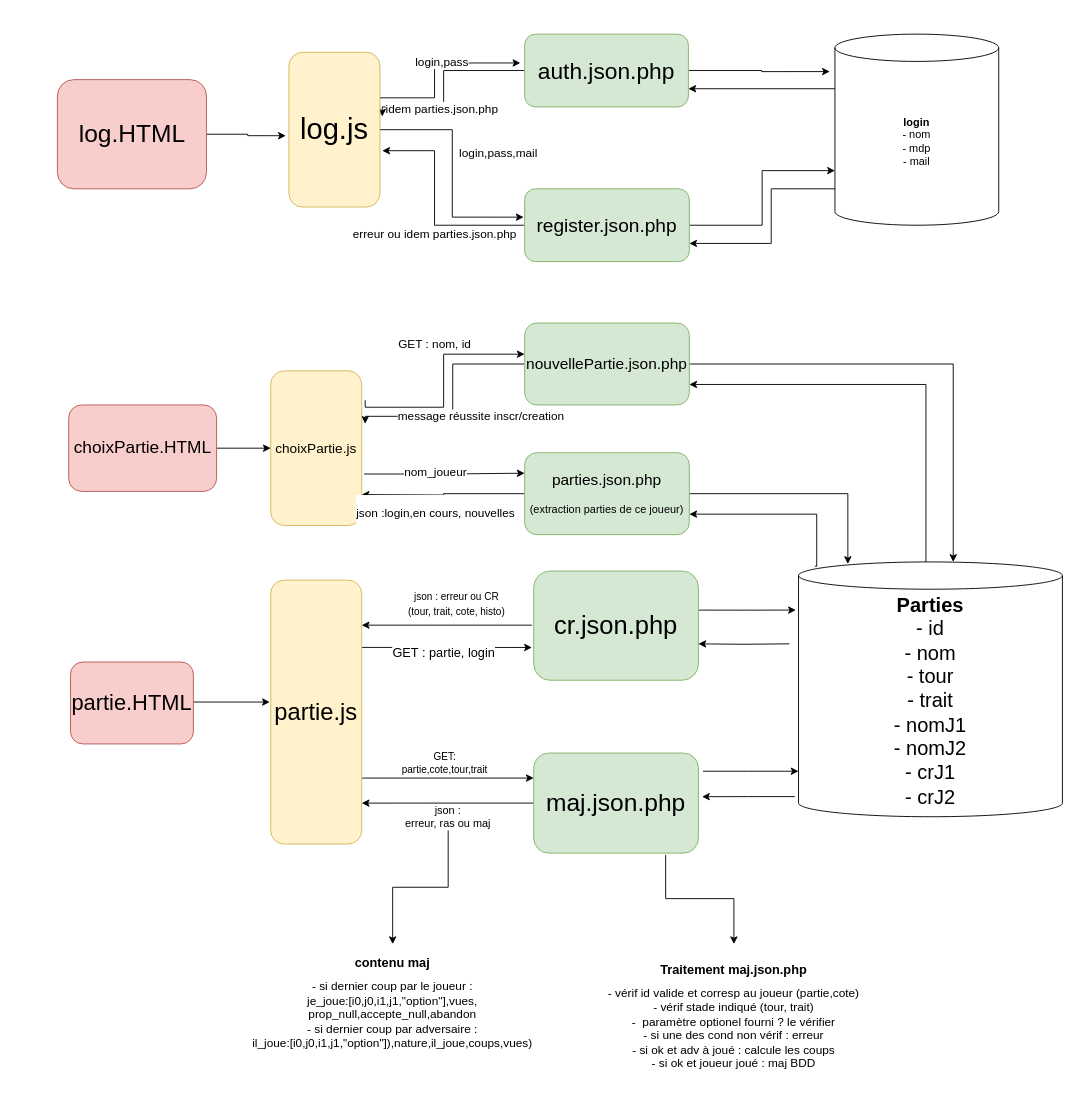
This is Untitled Diagram.drawio from Maximory77/projet-web-mapping-echecs, a draw.io file, before an edit. Source tidied: cells renumbered, new cells numbered last; positions are measured from the earlier drawing's top-left corner, leaving out a move shared by most shapes. Both pictures are drawn from the tidied source at 91%, with x=0, y=0 at pixel (57, 34).
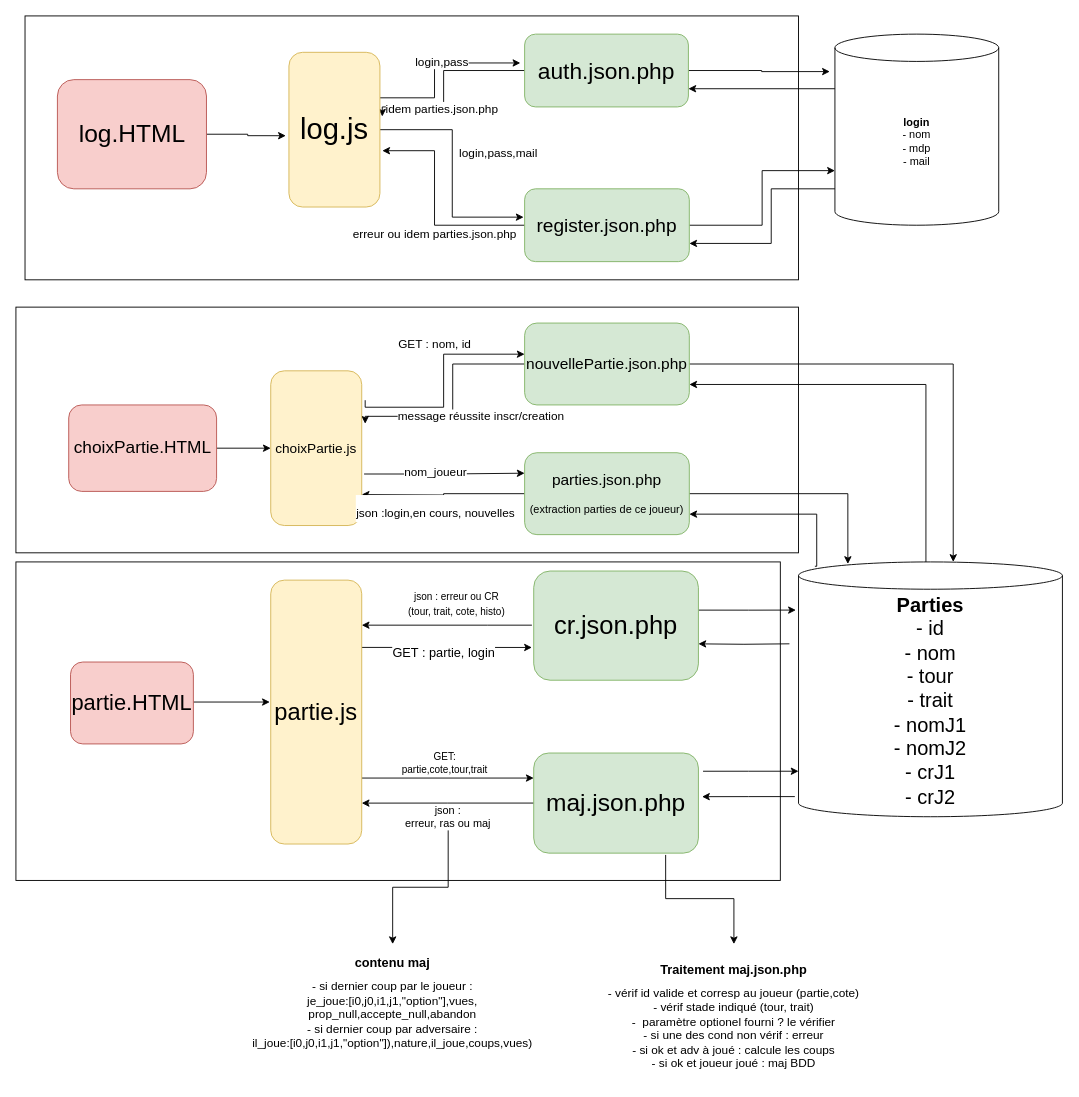
The same diagram, later.

Change to the diagram source:
```diff
@@
+    <mxCell id="59" style="rounded=0;whiteSpace=wrap;html=1;fontSize=13;" parent="1" vertex="1">
+      <mxGeometry x="-46" y="580" width="840" height="350" as="geometry" />
+    </mxCell>
+    <mxCell id="60" style="rounded=0;whiteSpace=wrap;html=1;fontSize=13;" parent="1" vertex="1">
+      <mxGeometry x="-46" y="300" width="860" height="270" as="geometry" />
+    </mxCell>
+    <mxCell id="61" style="rounded=0;whiteSpace=wrap;html=1;fontSize=13;" parent="1" vertex="1">
+      <mxGeometry x="-36" y="-20" width="850" height="290" as="geometry" />
+    </mxCell>
```
